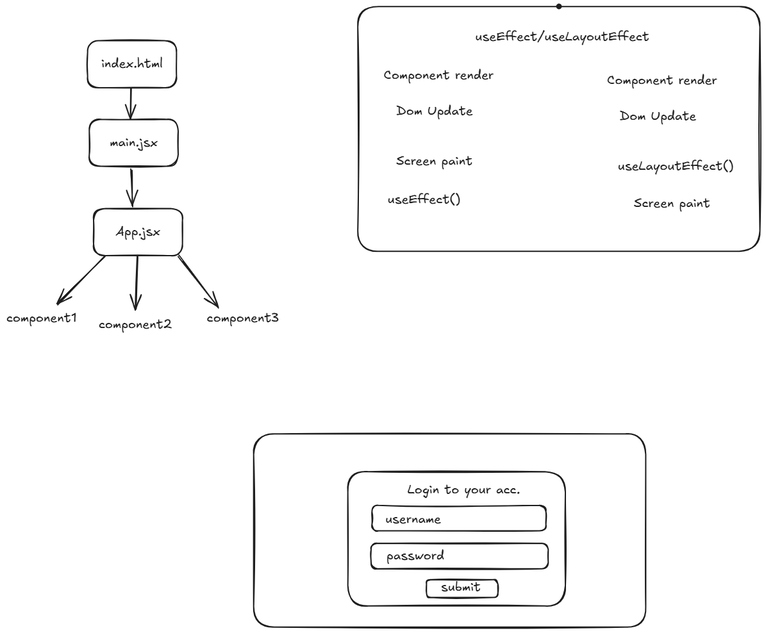
Before: Web Technology/ReactJS/first.excalidraw.png, a diagram exported from Excalidraw (9ayushh/QSpider). Source tidied: one line per element, renumbered; positions are measured from the earlier drawing's top-left corner, leaving out a move shared by most shapes.
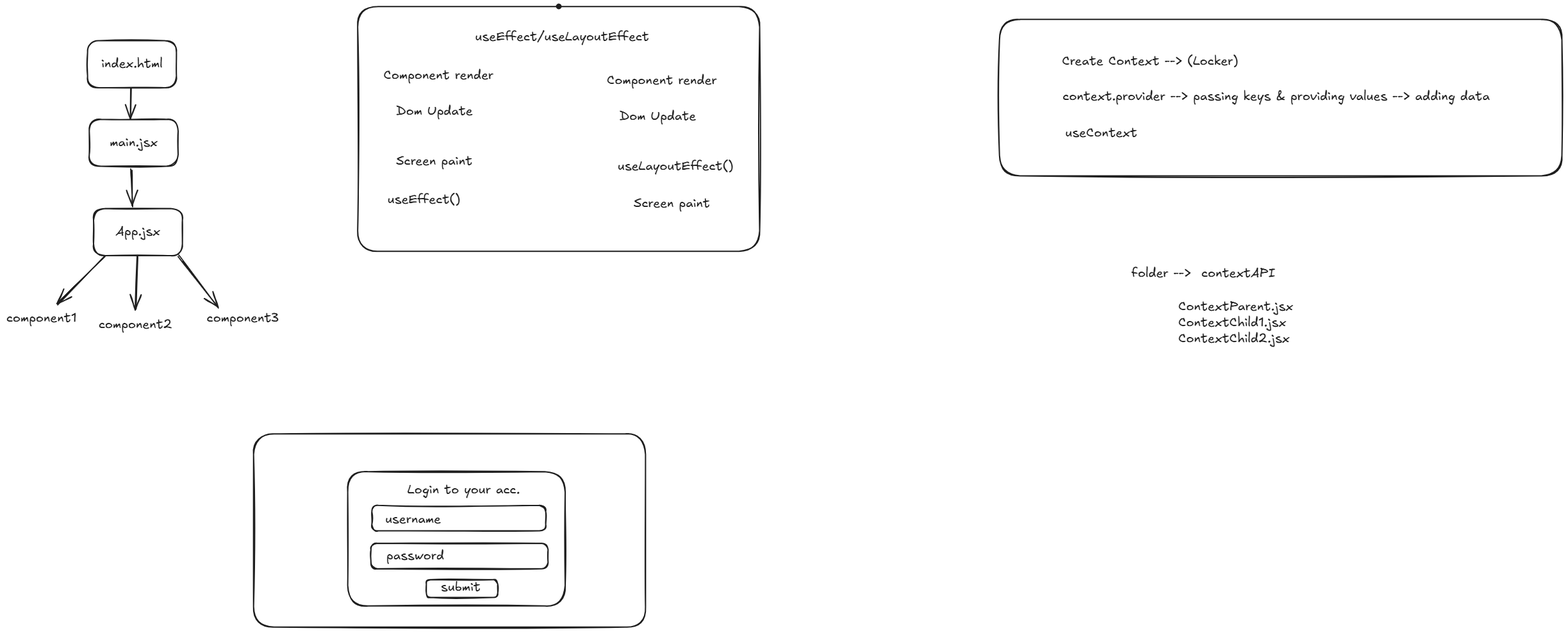
After the commit.

What changed in the source:
```diff
@@ -32,3 +32,9 @@
 {"id": 31, "type": "text", "text": "username", "strokeColor": "#1e1e1e", "strokeWidth": 2, "roughness": 1, "fontSize": 20, "fontFamily": 5, "x": 591, "y": 788, "width": 87, "height": 25}
 {"id": 32, "type": "text", "text": "password", "strokeColor": "#1e1e1e", "strokeWidth": 2, "roughness": 1, "fontSize": 20, "fontFamily": 5, "x": 593, "y": 845, "width": 90, "height": 25}
 {"id": 33, "type": "text", "text": "submit", "strokeColor": "#1e1e1e", "strokeWidth": 2, "roughness": 1, "fontSize": 20, "fontFamily": 5, "x": 678, "y": 894, "width": 62, "height": 25}
+{"id": 34, "type": "text", "text": "Create Context --> (Locker)", "strokeColor": "#1e1e1e", "strokeWidth": 2, "roughness": 1, "fontSize": 20, "fontFamily": 5, "x": 1647, "y": 73, "width": 275, "height": 25}
+{"id": 35, "type": "text", "text": "context.provider --> passing keys & providing values --> adding data", "strokeColor": "#1e1e1e", "strokeWidth": 2, "roughness": 1, "fontSize": 20, "fontFamily": 5, "x": 1648, "y": 129, "width": 667, "height": 25}
+{"id": 36, "type": "text", "text": "useContext", "strokeColor": "#1e1e1e", "strokeWidth": 2, "roughness": 1, "fontSize": 20, "fontFamily": 5, "x": 1652, "y": 186, "width": 112, "height": 25}
+{"id": 37, "type": "rectangle", "strokeColor": "#1e1e1e", "strokeWidth": 2, "roughness": 1, "round": true, "x": 1550, "y": 20, "width": 878, "height": 244}
+{"id": 38, "type": "text", "text": "folder -->  contextAPI", "strokeColor": "#1e1e1e", "strokeWidth": 2, "roughness": 1, "fontSize": 20, "fontFamily": 5, "x": 1756, "y": 405, "width": 225, "height": 25}
+{"id": 39, "type": "text", "text": "ContextParent.jsx\nContextChild1.jsx\nContextChild2.jsx", "strokeColor": "#1e1e1e", "strokeWidth": 2, "roughness": 1, "fontSize": 20, "fontFamily": 5, "x": 1829, "y": 457, "width": 179, "height": 75}
```
